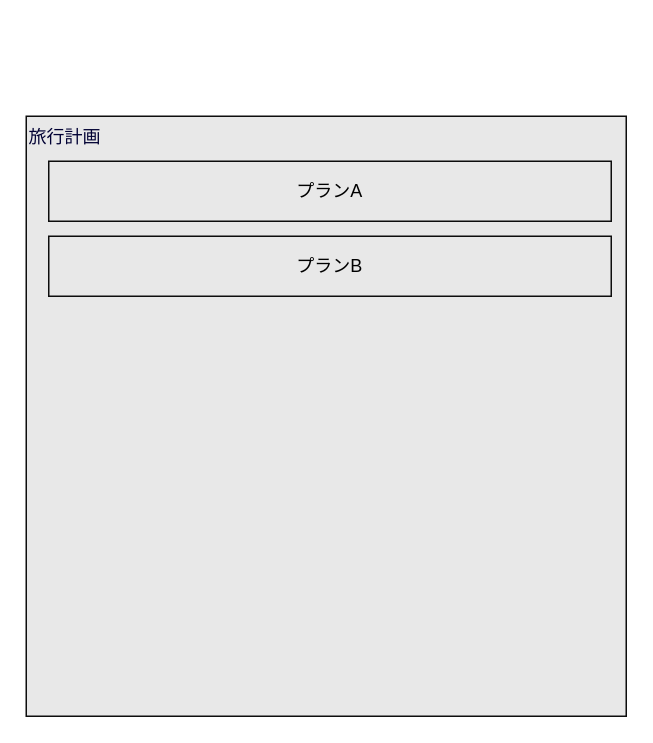
missyu3/our_trip keeps this draw.io diagram as page "旅行計画参照" (7 of 11) of doc/screen.dio. Above is the earlier version. Source tidied: cells renumbered, new cells numbered last; positions are measured from the earlier drawing's top-left corner, leaving out a move shared by most shapes. Both pictures are drawn from the tidied source at 150%, with x=0, y=0 at pixel (26, 116).
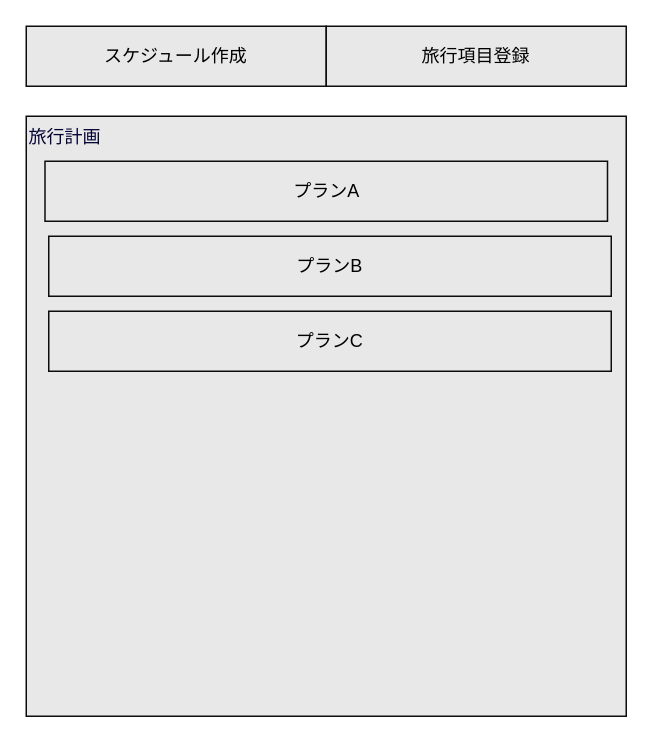
Above is the later version.

What changed in the source:
```diff
@@
 <mxGraphModel>
   <root>
     <mxCell id="0" />
     <mxCell id="1" parent="0" />
     <mxCell id="2" value="旅行計画" style="rounded=0;whiteSpace=wrap;html=1;fillColor=#E8E8E8;fontColor=#000033;strokeColor=#0D0D0D;align=left;verticalAlign=top;" parent="1" vertex="1">
       <mxGeometry width="400" height="400" as="geometry" />
     </mxCell>
     <mxCell id="3" style="edgeStyle=orthogonalEdgeStyle;rounded=0;orthogonalLoop=1;jettySize=auto;html=1;" parent="1" edge="1">
       <mxGeometry relative="1" as="geometry">
-        <mxPoint x="365" y="70" as="sourcePoint" />
+        <mxPoint x="365" y="-10" as="sourcePoint" />
       </mxGeometry>
     </mxCell>
-    <mxCell id="4" value="&lt;span style=&quot;color: rgb(0 , 0 , 0)&quot;&gt;プランA&lt;/span&gt;" style="rounded=0;whiteSpace=wrap;html=1;fillColor=#E8E8E8;fontColor=#000033;strokeColor=#0D0D0D;align=center;verticalAlign=middle;" parent="1" vertex="1">
-      <mxGeometry x="15" y="30" width="375" height="40" as="geometry" />
+    <mxCell id="4" value="&lt;font color=&quot;#000000&quot;&gt;スケジュール作成&lt;/font&gt;" style="rounded=0;whiteSpace=wrap;html=1;fillColor=#E8E8E8;fontColor=#000033;strokeColor=#0D0D0D;align=center;verticalAlign=middle;" parent="1" vertex="1">
+      <mxGeometry y="-60" width="200" height="40" as="geometry" />
     </mxCell>
     <mxCell id="5" value="&lt;span style=&quot;color: rgb(0 , 0 , 0)&quot;&gt;プランB&lt;/span&gt;&lt;span style=&quot;color: rgba(0 , 0 , 0 , 0) ; font-family: monospace ; font-size: 0px&quot;&gt;3CmxGraphModel%3E%3Croot%3E%3CmxCell%20id%3D%220%22%2F%3E%3CmxCell%20id%3D%221%22%20parent%3D%220%22%2F%3E%3CmxCell%20id%3D%222%22%20value%3D%22%26lt%3Bspan%20style%3D%26quot%3Bcolor%3A%20rgb(0%2C%200%2C%200)%3B%26quot%3B%26gt%3B%E6%97%85%E8%A1%8C%E3%83%97%E3%83%A9%E3%83%B3%E9%81%B8%E6%8A%9E%26lt%3B%2Fspan%26gt%3B%22%20style%3D%22rounded%3D0%3BwhiteSpace%3Dwrap%3Bhtml%3D1%3BfillColor%3D%23E8E8E8%3BfontColor%3D%23000033%3BstrokeColor%3D%230D0D0D%3Balign%3Dcenter%3BverticalAlign%3Dmiddle%3B%22%20vertex%3D%221%22%20parent%3D%221%22%3E%3CmxGeometry%20x%3D%2280%22%20y%3D%2280%22%20width%3D%22160%22%20height%3D%2240%22%20as%3D%22geometry%22%2F%3E%3C%2FmxCell%3E%3C%2Froot%3E%3C%2FmxGraphModel%3E&lt;/span&gt;" style="rounded=0;whiteSpace=wrap;html=1;fillColor=#E8E8E8;fontColor=#000033;strokeColor=#0D0D0D;align=center;verticalAlign=middle;" parent="1" vertex="1">
       <mxGeometry x="15" y="80" width="375" height="40" as="geometry" />
     </mxCell>
+    <mxCell id="6" value="&lt;font color=&quot;#000000&quot;&gt;旅行項目登録&lt;/font&gt;" style="rounded=0;whiteSpace=wrap;html=1;fillColor=#E8E8E8;fontColor=#000033;strokeColor=#0D0D0D;align=center;verticalAlign=middle;" parent="1" vertex="1">
+      <mxGeometry x="200" y="-60" width="200" height="40" as="geometry" />
+    </mxCell>
+    <mxCell id="7" value="&lt;span style=&quot;color: rgb(0 , 0 , 0)&quot;&gt;プランA&lt;/span&gt;&lt;span style=&quot;color: rgba(0 , 0 , 0 , 0) ; font-family: monospace ; font-size: 0px&quot;&gt;%3E%3Croot%3E%3CmxCell%20id%3D%220%22%2F%3E%3CmxCell%20id%3D%221%22%20parent%3D%220%22%2F%3E%3CmxCell%20id%3D%222%22%20value%3D%22%26lt%3Bspan%20style%3D%26quot%3Bcolor%3A%20rgb(0%2C%200%2C%200)%3B%26quot%3B%26gt%3B%E6%97%85%E8%A1%8C%E3%83%97%E3%83%A9%E3%83%B3%E9%81%B8%E6%8A%9E%26lt%3B%2Fspan%26gt%3B%22%20style%3D%22rounded%3D0%3BwhiteSpace%3Dwrap%3Bhtml%3D1%3BfillColor%3D%23E8E8E8%3BfontColor%3D%23000033%3BstrokeColor%3D%230D0D0D%3Balign%3Dcenter%3BverticalAlign%3Dmiddle%3B%22%20vertex%3D%221%22%20parent%3D%221%22%3E%3CmxGeometry%20x%3D%2280%22%20y%3D%2280%22%20width%3D%22160%22%20height%3D%2240%22%20as%3D%22geometry%22%2F%3E%3C%2FmxCell%3E%3C%2Froot%3E%3C%2FmxGraphModel%3E&lt;/span&gt;" style="rounded=0;whiteSpace=wrap;html=1;fillColor=#E8E8E8;fontColor=#000033;strokeColor=#0D0D0D;align=center;verticalAlign=middle;" parent="1" vertex="1">
+      <mxGeometry x="12.5" y="30" width="375" height="40" as="geometry" />
+    </mxCell>
+    <mxCell id="8" value="&lt;span style=&quot;color: rgb(0 , 0 , 0)&quot;&gt;プランC&lt;/span&gt;&lt;span style=&quot;color: rgba(0 , 0 , 0 , 0) ; font-family: monospace ; font-size: 0px&quot;&gt;3CmxGraphModel%3E%3Croot%3E%3CmxCell%20id%3D%220%22%2F%3E%3CmxCell%20id%3D%221%22%20parent%3D%220%22%2F%3E%3CmxCell%20id%3D%222%22%20value%3D%22%26lt%3Bspan%20style%3D%26quot%3Bcolor%3A%20rgb(0%2C%200%2C%200)%3B%26quot%3B%26gt%3B%E6%97%85%E8%A1%8C%E3%83%97%E3%83%A9%E3%83%B3%E9%81%B8%E6%8A%9E%26lt%3B%2Fspan%26gt%3B%22%20style%3D%22rounded%3D0%3BwhiteSpace%3Dwrap%3Bhtml%3D1%3BfillColor%3D%23E8E8E8%3BfontColor%3D%23000033%3BstrokeColor%3D%230D0D0D%3Balign%3Dcenter%3BverticalAlign%3Dmiddle%3B%22%20vertex%3D%221%22%20parent%3D%221%22%3E%3CmxGeometry%20x%3D%2280%22%20y%3D%2280%22%20width%3D%22160%22%20height%3D%2240%22%20as%3D%22geometry%22%2F%3E%3C%2FmxCell%3E%3C%2Froot%3E%3C%2FmxGraphModel%3E&lt;/span&gt;" style="rounded=0;whiteSpace=wrap;html=1;fillColor=#E8E8E8;fontColor=#000033;strokeColor=#0D0D0D;align=center;verticalAlign=middle;" parent="1" vertex="1">
+      <mxGeometry x="15" y="130" width="375" height="40" as="geometry" />
+    </mxCell>
   </root>
 </mxGraphModel>
```
